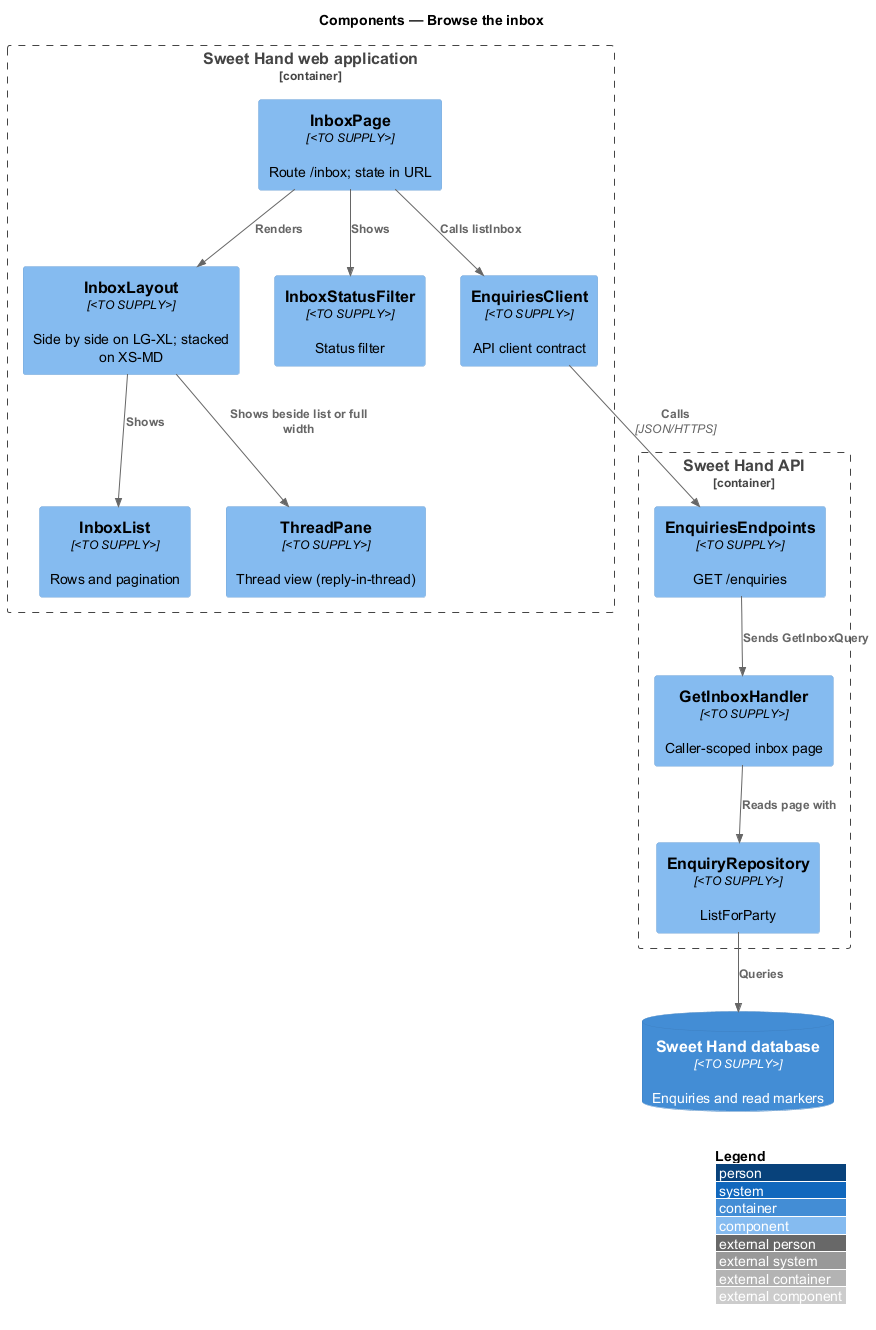
The PlantUML diagram docs/detailed-designs/enquiries/browse-inbox/diagrams/c4-component.png in QuinntyneBrown/sweet-hand, before a commit. The source it was exported from:
```plantuml
@startuml
!include <C4/C4_Component>
LAYOUT_WITH_LEGEND()
title Components — Browse the inbox

Container_Boundary(web, "Sweet Hand web application") {
  Component(page, "InboxPage", "<TO SUPPLY>", "Route /inbox; state in URL")
  Component(layout, "InboxLayout", "<TO SUPPLY>", "Side by side on LG-XL; stacked on XS-MD")
  Component(list, "InboxList", "<TO SUPPLY>", "Rows and pagination")
  Component(filter, "InboxStatusFilter", "<TO SUPPLY>", "Status filter")
  Component(pane, "ThreadPane", "<TO SUPPLY>", "Thread view (reply-in-thread)")
  Component(client, "EnquiriesClient", "<TO SUPPLY>", "API client contract")
}
Container_Boundary(api, "Sweet Hand API") {
  Component(ep, "EnquiriesEndpoints", "<TO SUPPLY>", "GET /enquiries")
  Component(handler, "GetInboxHandler", "<TO SUPPLY>", "Caller-scoped inbox page")
  Component(repo, "EnquiryRepository", "<TO SUPPLY>", "ListForParty")
}
ContainerDb(db, "Sweet Hand database", "<TO SUPPLY>", "Enquiries and read markers")

Rel(page, layout, "Renders")
Rel(layout, list, "Shows")
Rel(layout, pane, "Shows beside list or full width")
Rel(page, filter, "Shows")
Rel(page, client, "Calls listInbox")
Rel(client, ep, "Calls", "JSON/HTTPS")
Rel(ep, handler, "Sends GetInboxQuery")
Rel(handler, repo, "Reads page with")
Rel(repo, db, "Queries")
@enduml
```
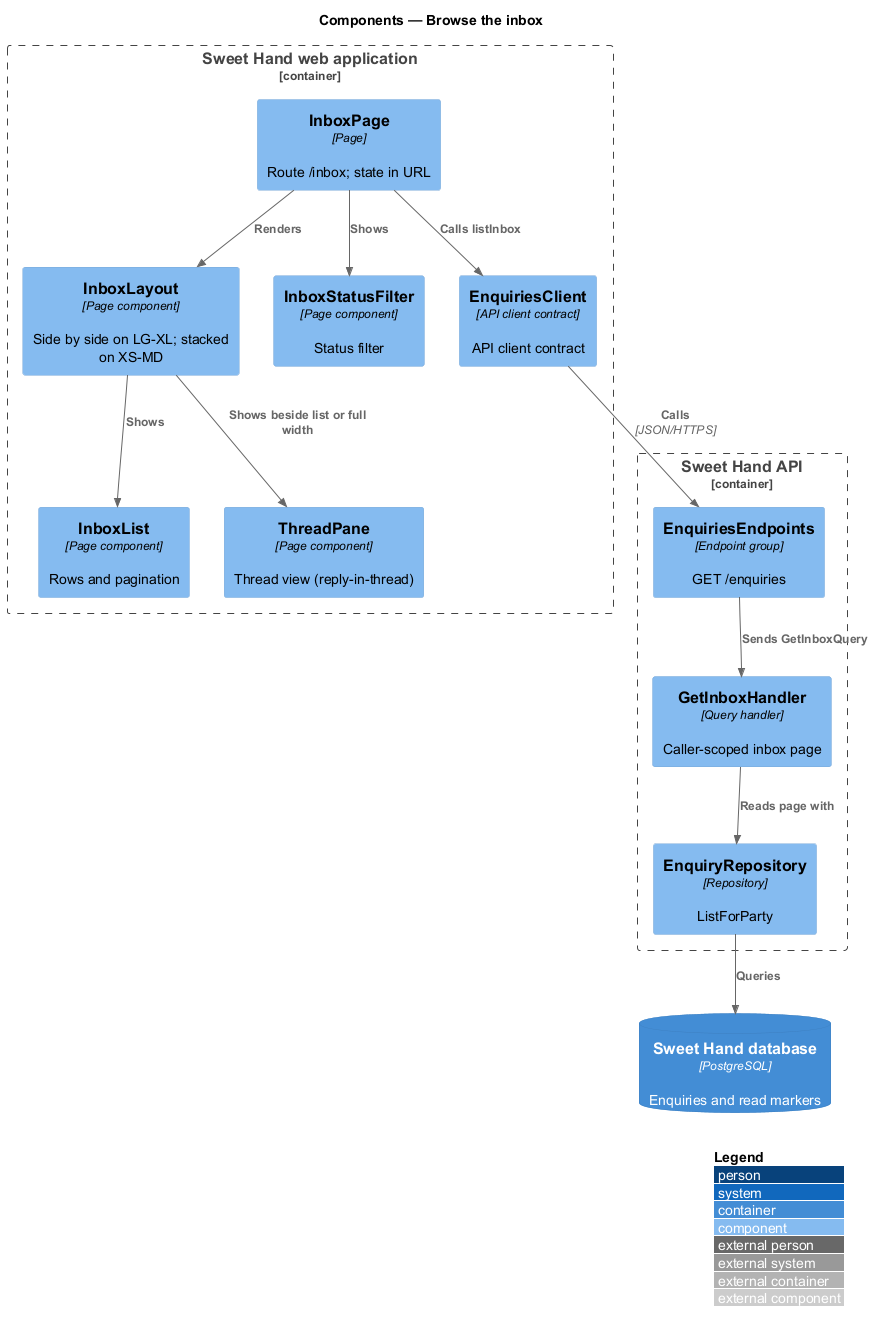
Above is the later version.

Diff of the diagram source:
```diff
@@ -4,19 +4,19 @@
 title Components — Browse the inbox
 
 Container_Boundary(web, "Sweet Hand web application") {
-  Component(page, "InboxPage", "<TO SUPPLY>", "Route /inbox; state in URL")
-  Component(layout, "InboxLayout", "<TO SUPPLY>", "Side by side on LG-XL; stacked on XS-MD")
-  Component(list, "InboxList", "<TO SUPPLY>", "Rows and pagination")
-  Component(filter, "InboxStatusFilter", "<TO SUPPLY>", "Status filter")
-  Component(pane, "ThreadPane", "<TO SUPPLY>", "Thread view (reply-in-thread)")
-  Component(client, "EnquiriesClient", "<TO SUPPLY>", "API client contract")
+  Component(page, "InboxPage", "Page", "Route /inbox; state in URL")
+  Component(layout, "InboxLayout", "Page component", "Side by side on LG-XL; stacked on XS-MD")
+  Component(list, "InboxList", "Page component", "Rows and pagination")
+  Component(filter, "InboxStatusFilter", "Page component", "Status filter")
+  Component(pane, "ThreadPane", "Page component", "Thread view (reply-in-thread)")
+  Component(client, "EnquiriesClient", "API client contract", "API client contract")
 }
 Container_Boundary(api, "Sweet Hand API") {
-  Component(ep, "EnquiriesEndpoints", "<TO SUPPLY>", "GET /enquiries")
-  Component(handler, "GetInboxHandler", "<TO SUPPLY>", "Caller-scoped inbox page")
-  Component(repo, "EnquiryRepository", "<TO SUPPLY>", "ListForParty")
+  Component(ep, "EnquiriesEndpoints", "Endpoint group", "GET /enquiries")
+  Component(handler, "GetInboxHandler", "Query handler", "Caller-scoped inbox page")
+  Component(repo, "EnquiryRepository", "Repository", "ListForParty")
 }
-ContainerDb(db, "Sweet Hand database", "<TO SUPPLY>", "Enquiries and read markers")
+ContainerDb(db, "Sweet Hand database", "PostgreSQL", "Enquiries and read markers")
 
 Rel(page, layout, "Renders")
 Rel(layout, list, "Shows")
```
